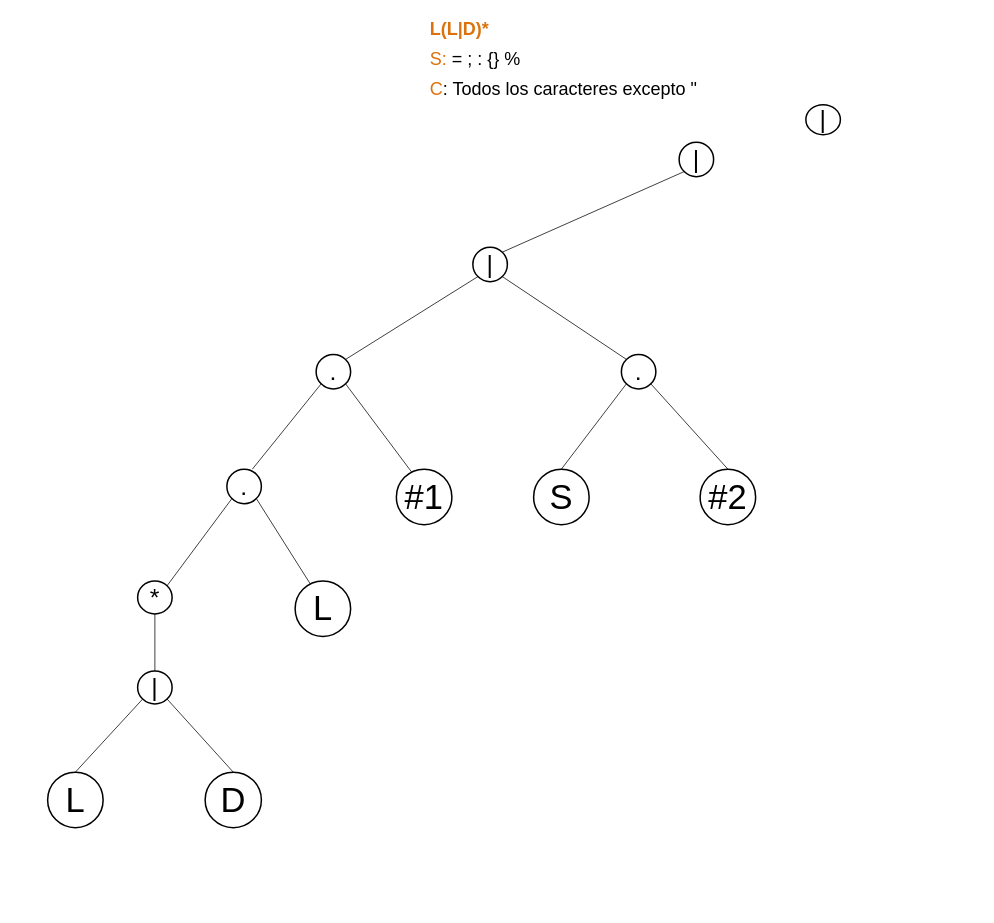
Farot3/-LFP-2S24Proyectos_202307820 keeps this draw.io diagram as Proyecto1/Documentación/Manual Tecnico/Diagrama sin título.drawio. Above is the earlier version. Source tidied: cells renumbered, new cells numbered last; positions are measured from the earlier drawing's top-left corner, leaving out a move shared by most shapes. Both pictures are drawn from the tidied source at 75%, with x=0, y=0 at pixel (47, 14).
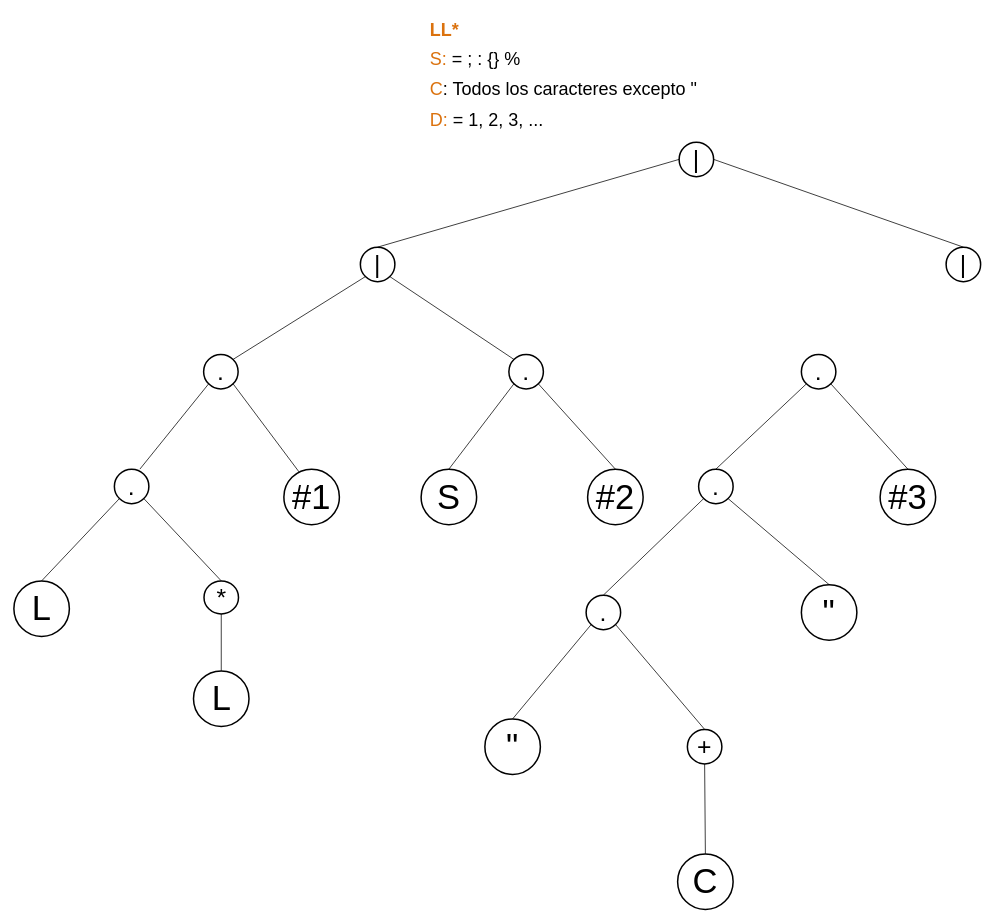
The same page after the edit.

The change refers to these unchanged cells:
```xml
<mxCell id="5" value="|" style="strokeWidth=2;html=1;shape=mxgraph.flowchart.start_2;whiteSpace=wrap;direction=south;fontSize=33;" parent="1" vertex="1">
  <mxGeometry x="842" y="170" width="46" height="46" as="geometry" />
</mxCell>
```

The edit, as a diff of the source:
```diff
@@
-    <mxCell id="2" value="&lt;b&gt;&lt;font class=&quot;default_cursor_cs&quot; style=&quot;font-size: 24px;&quot;&gt;L(L|D)*&lt;/font&gt;&lt;/b&gt;" style="text;html=1;align=left;verticalAlign=middle;fontColor=#DB720E;" parent="1" vertex="1">
-      <mxGeometry x="508" width="100" height="40" as="geometry" />
+    <mxCell id="2" value="&lt;b&gt;&lt;font class=&quot;default_cursor_cs&quot; style=&quot;font-size: 24px;&quot;&gt;LL*&lt;/font&gt;&lt;/b&gt;" style="text;html=1;align=left;verticalAlign=middle;fontColor=#DB720E;" parent="1" vertex="1">
+      <mxGeometry x="508" y="-2" width="75" height="45" as="geometry" />
     </mxCell>
@@
-    <mxCell id="6" value="|" style="strokeWidth=2;html=1;shape=mxgraph.flowchart.start_2;whiteSpace=wrap;direction=south;fontSize=33;" parent="1" vertex="1">
-      <mxGeometry x="1011" y="120" width="46" height="40" as="geometry" />
-    </mxCell>
     <mxCell id="7" value="|" style="strokeWidth=2;html=1;shape=mxgraph.flowchart.start_2;whiteSpace=wrap;direction=south;fontSize=33;" parent="1" vertex="1">
-      <mxGeometry x="567" y="310" width="46" height="46" as="geometry" />
+      <mxGeometry x="417" y="310" width="46" height="46" as="geometry" />
     </mxCell>
-    <mxCell id="8" style="endArrow=none;html=1;rounded=0;exitX=0.145;exitY=0.145;exitDx=0;exitDy=0;exitPerimeter=0;entryX=0.855;entryY=0.855;entryDx=0;entryDy=0;entryPerimeter=0;" parent="1" edge="1" source="7" target="5">
+    <mxCell id="8" style="endArrow=none;html=1;rounded=0;exitX=0;exitY=0.5;exitDx=0;exitDy=0;exitPerimeter=0;entryX=0.5;entryY=1;entryDx=0;entryDy=0;entryPerimeter=0;" parent="1" edge="1" source="7" target="5">
       <mxGeometry relative="1" as="geometry" />
     </mxCell>
     <mxCell id="9" value="." style="strokeWidth=2;html=1;shape=mxgraph.flowchart.start_2;whiteSpace=wrap;direction=south;fontSize=33;" parent="1" vertex="1">
-      <mxGeometry x="358" y="453" width="46" height="46" as="geometry" />
+      <mxGeometry x="208" y="453" width="46" height="46" as="geometry" />
     </mxCell>
@@
     <mxCell id="11" style="endArrow=none;html=1;rounded=0;entryX=0.855;entryY=0.855;entryDx=0;entryDy=0;entryPerimeter=0;" parent="1" edge="1" target="9">
       <mxGeometry relative="1" as="geometry">
-        <mxPoint x="273" y="606" as="sourcePoint" />
+        <mxPoint x="123" y="606" as="sourcePoint" />
       </mxGeometry>
     </mxCell>
     <mxCell id="12" style="endArrow=none;html=1;rounded=0;entryX=0.855;entryY=0.145;entryDx=0;entryDy=0;entryPerimeter=0;exitX=0.145;exitY=0.855;exitDx=0;exitDy=0;exitPerimeter=0;" parent="1" edge="1" target="9">
       <mxGeometry relative="1" as="geometry">
-        <mxPoint x="486.7" y="611.7" as="sourcePoint" />
+        <mxPoint x="336.7" y="611.7" as="sourcePoint" />
       </mxGeometry>
     </mxCell>
     <mxCell id="13" value="." style="strokeWidth=2;html=1;shape=mxgraph.flowchart.start_2;whiteSpace=wrap;direction=south;fontSize=33;" parent="1" vertex="1">
-      <mxGeometry x="239" y="606" width="46" height="46" as="geometry" />
+      <mxGeometry x="89" y="606" width="46" height="46" as="geometry" />
     </mxCell>
-    <mxCell id="14" style="endArrow=none;html=1;rounded=0;exitX=0.145;exitY=0.145;exitDx=0;exitDy=0;exitPerimeter=0;entryX=0.855;entryY=0.855;entryDx=0;entryDy=0;entryPerimeter=0;" parent="1" edge="1" target="13">
-      <mxGeometry relative="1" as="geometry">
-        <mxPoint x="159.3" y="761.4" as="sourcePoint" />
-      </mxGeometry>
-    </mxCell>
-    <mxCell id="15" style="endArrow=none;html=1;rounded=0;entryX=0.855;entryY=0.145;entryDx=0;entryDy=0;entryPerimeter=0;exitX=0.145;exitY=0.855;exitDx=0;exitDy=0;exitPerimeter=0;" parent="1" edge="1" target="13">
-      <mxGeometry relative="1" as="geometry">
-        <mxPoint x="351.7" y="761.4" as="sourcePoint" />
-      </mxGeometry>
-    </mxCell>
     <mxCell id="16" value="*" style="strokeWidth=2;html=1;shape=mxgraph.flowchart.start_2;whiteSpace=wrap;direction=south;fontSize=33;" parent="1" vertex="1">
-      <mxGeometry x="120" y="755" width="46" height="44" as="geometry" />
+      <mxGeometry x="208.5" y="755" width="46" height="44" as="geometry" />
     </mxCell>
-    <mxCell id="17" value="|" style="strokeWidth=2;html=1;shape=mxgraph.flowchart.start_2;whiteSpace=wrap;direction=south;fontSize=33;" parent="1" vertex="1">
-      <mxGeometry x="120" y="875" width="46" height="44" as="geometry" />
-    </mxCell>
-    <mxCell id="18" value="&lt;font class=&quot;default_cursor_cs&quot; style=&quot;font-size: 46px;&quot;&gt;D&lt;/font&gt;" style="strokeWidth=2;html=1;shape=mxgraph.flowchart.start_2;whiteSpace=wrap;direction=south;fontSize=33;" parent="1" vertex="1">
-      <mxGeometry x="210" y="1010" width="75" height="74" as="geometry" />
-    </mxCell>
     <mxCell id="19" value="L" style="strokeWidth=2;html=1;shape=mxgraph.flowchart.start_2;whiteSpace=wrap;direction=south;fontSize=46;" parent="1" vertex="1">
-      <mxGeometry y="1010" width="74" height="74" as="geometry" />
+      <mxGeometry x="194.5" y="875" width="74" height="74" as="geometry" />
     </mxCell>
-    <mxCell id="20" style="endArrow=none;html=1;rounded=0;entryX=0.855;entryY=0.855;entryDx=0;entryDy=0;entryPerimeter=0;exitX=0;exitY=0.5;exitDx=0;exitDy=0;exitPerimeter=0;" parent="1" edge="1" source="19" target="17">
-      <mxGeometry relative="1" as="geometry" />
-    </mxCell>
-    <mxCell id="21" style="endArrow=none;html=1;rounded=0;entryX=0.855;entryY=0.145;entryDx=0;entryDy=0;entryPerimeter=0;exitX=0;exitY=0.5;exitDx=0;exitDy=0;exitPerimeter=0;" parent="1" edge="1" source="18" target="17">
-      <mxGeometry relative="1" as="geometry" />
-    </mxCell>
-    <mxCell id="22" style="endArrow=none;html=1;rounded=0;exitX=0;exitY=0.5;exitDx=0;exitDy=0;exitPerimeter=0;entryX=1;entryY=0.5;entryDx=0;entryDy=0;entryPerimeter=0;" parent="1" edge="1" source="17" target="16">
-      <mxGeometry relative="1" as="geometry" />
+    <mxCell id="22" style="endArrow=none;html=1;rounded=0;exitX=0;exitY=0.5;exitDx=0;exitDy=0;exitPerimeter=0;entryX=1;entryY=0.5;entryDx=0;entryDy=0;entryPerimeter=0;" parent="1" edge="1" target="16">
+      <mxGeometry relative="1" as="geometry">
+        <mxPoint x="231.5" y="875" as="sourcePoint" />
+      </mxGeometry>
     </mxCell>
     <mxCell id="23" value="." style="strokeWidth=2;html=1;shape=mxgraph.flowchart.start_2;whiteSpace=wrap;direction=south;fontSize=33;" parent="1" vertex="1">
-      <mxGeometry x="765" y="453" width="46" height="46" as="geometry" />
+      <mxGeometry x="615" y="453" width="46" height="46" as="geometry" />
     </mxCell>
-    <mxCell id="24" value="L" style="strokeWidth=2;html=1;shape=mxgraph.flowchart.start_2;whiteSpace=wrap;direction=south;fontSize=46;" parent="1" vertex="1">
-      <mxGeometry x="330" y="755" width="74" height="74" as="geometry" />
-    </mxCell>
     <mxCell id="25" value="#1" style="strokeWidth=2;html=1;shape=mxgraph.flowchart.start_2;whiteSpace=wrap;direction=south;fontSize=46;" parent="1" vertex="1">
-      <mxGeometry x="465" y="606" width="74" height="74" as="geometry" />
+      <mxGeometry x="315" y="606" width="74" height="74" as="geometry" />
     </mxCell>
     <mxCell id="26" value="S" style="strokeWidth=2;html=1;shape=mxgraph.flowchart.start_2;whiteSpace=wrap;direction=south;fontSize=46;" parent="1" vertex="1">
-      <mxGeometry x="648" y="606" width="74" height="74" as="geometry" />
+      <mxGeometry x="498" y="606" width="74" height="74" as="geometry" />
     </mxCell>
     <mxCell id="27" value="#2" style="strokeWidth=2;html=1;shape=mxgraph.flowchart.start_2;whiteSpace=wrap;direction=south;fontSize=46;" parent="1" vertex="1">
-      <mxGeometry x="870" y="606" width="74" height="74" as="geometry" />
+      <mxGeometry x="720" y="606" width="74" height="74" as="geometry" />
     </mxCell>
@@
+    <mxCell id="24" value="L" style="strokeWidth=2;html=1;shape=mxgraph.flowchart.start_2;whiteSpace=wrap;direction=south;fontSize=46;" parent="1" vertex="1">
+      <mxGeometry x="-45" y="755" width="74" height="74" as="geometry" />
+    </mxCell>
+    <mxCell id="31" style="endArrow=none;html=1;rounded=0;exitX=0;exitY=0.5;exitDx=0;exitDy=0;exitPerimeter=0;entryX=0.855;entryY=0.855;entryDx=0;entryDy=0;entryPerimeter=0;" parent="1" edge="1" source="24" target="13">
+      <mxGeometry relative="1" as="geometry" />
+    </mxCell>
+    <mxCell id="32" style="endArrow=none;html=1;rounded=0;entryX=0.855;entryY=0.145;entryDx=0;entryDy=0;entryPerimeter=0;exitX=0;exitY=0.5;exitDx=0;exitDy=0;exitPerimeter=0;" parent="1" edge="1" source="16" target="13">
+      <mxGeometry relative="1" as="geometry" />
+    </mxCell>
+    <mxCell id="33" value="." style="strokeWidth=2;html=1;shape=mxgraph.flowchart.start_2;whiteSpace=wrap;direction=south;fontSize=33;" parent="1" vertex="1">
+      <mxGeometry x="1005" y="453" width="46" height="46" as="geometry" />
+    </mxCell>
+    <mxCell id="34" value="#3" style="strokeWidth=2;html=1;shape=mxgraph.flowchart.start_2;whiteSpace=wrap;direction=south;fontSize=46;" parent="1" vertex="1">
+      <mxGeometry x="1110" y="606" width="74" height="74" as="geometry" />
+    </mxCell>
+    <mxCell id="35" value="." style="strokeWidth=2;html=1;shape=mxgraph.flowchart.start_2;whiteSpace=wrap;direction=south;fontSize=33;" parent="1" vertex="1">
+      <mxGeometry x="868" y="606" width="46" height="46" as="geometry" />
+    </mxCell>
+    <mxCell id="36" style="endArrow=none;html=1;rounded=0;exitX=0;exitY=0.5;exitDx=0;exitDy=0;exitPerimeter=0;entryX=0.855;entryY=0.855;entryDx=0;entryDy=0;entryPerimeter=0;" parent="1" edge="1" source="35" target="33">
+      <mxGeometry relative="1" as="geometry" />
+    </mxCell>
+    <mxCell id="37" style="endArrow=none;html=1;rounded=0;entryX=0.855;entryY=0.145;entryDx=0;entryDy=0;entryPerimeter=0;exitX=0;exitY=0.5;exitDx=0;exitDy=0;exitPerimeter=0;" parent="1" edge="1" source="34" target="33">
+      <mxGeometry relative="1" as="geometry" />
+    </mxCell>
+    <mxCell id="38" value="&quot;" style="strokeWidth=2;html=1;shape=mxgraph.flowchart.start_2;whiteSpace=wrap;direction=south;fontSize=46;" parent="1" vertex="1">
+      <mxGeometry x="1005" y="760" width="74" height="74" as="geometry" />
+    </mxCell>
+    <mxCell id="39" value="." style="strokeWidth=2;html=1;shape=mxgraph.flowchart.start_2;whiteSpace=wrap;direction=south;fontSize=33;" parent="1" vertex="1">
+      <mxGeometry x="718" y="774" width="46" height="46" as="geometry" />
+    </mxCell>
+    <mxCell id="40" style="endArrow=none;html=1;rounded=0;entryX=0.855;entryY=0.855;entryDx=0;entryDy=0;entryPerimeter=0;exitX=0;exitY=0.5;exitDx=0;exitDy=0;exitPerimeter=0;" parent="1" edge="1" source="39" target="35">
+      <mxGeometry relative="1" as="geometry" />
+    </mxCell>
+    <mxCell id="41" style="endArrow=none;html=1;rounded=0;entryX=0;entryY=0.5;entryDx=0;entryDy=0;entryPerimeter=0;exitX=0.855;exitY=0.145;exitDx=0;exitDy=0;exitPerimeter=0;" parent="1" edge="1" source="35" target="38">
+      <mxGeometry relative="1" as="geometry" />
+    </mxCell>
+    <mxCell id="42" value="+" style="strokeWidth=2;html=1;shape=mxgraph.flowchart.start_2;whiteSpace=wrap;direction=south;fontSize=33;" parent="1" vertex="1">
+      <mxGeometry x="853" y="953" width="46" height="46" as="geometry" />
+    </mxCell>
+    <mxCell id="43" value="&quot;" style="strokeWidth=2;html=1;shape=mxgraph.flowchart.start_2;whiteSpace=wrap;direction=south;fontSize=46;" parent="1" vertex="1">
+      <mxGeometry x="583" y="939" width="74" height="74" as="geometry" />
+    </mxCell>
+    <mxCell id="44" value="C" style="strokeWidth=2;html=1;shape=mxgraph.flowchart.start_2;whiteSpace=wrap;direction=south;fontSize=46;" parent="1" vertex="1">
+      <mxGeometry x="840" y="1119" width="74" height="74" as="geometry" />
+    </mxCell>
+    <mxCell id="45" style="endArrow=none;html=1;rounded=0;entryX=0.855;entryY=0.855;entryDx=0;entryDy=0;entryPerimeter=0;exitX=0;exitY=0.5;exitDx=0;exitDy=0;exitPerimeter=0;" parent="1" edge="1" source="43" target="39">
+      <mxGeometry relative="1" as="geometry" />
+    </mxCell>
+    <mxCell id="46" style="endArrow=none;html=1;rounded=0;entryX=0.855;entryY=0.145;entryDx=0;entryDy=0;entryPerimeter=0;exitX=0;exitY=0.5;exitDx=0;exitDy=0;exitPerimeter=0;" parent="1" edge="1" source="42" target="39">
+      <mxGeometry relative="1" as="geometry" />
+    </mxCell>
+    <mxCell id="47" style="endArrow=none;html=1;rounded=0;exitX=0;exitY=0.5;exitDx=0;exitDy=0;exitPerimeter=0;entryX=1;entryY=0.5;entryDx=0;entryDy=0;entryPerimeter=0;" parent="1" edge="1" source="44" target="42">
+      <mxGeometry relative="1" as="geometry" />
+    </mxCell>
+    <mxCell id="48" value="&lt;font class=&quot;default_cursor_cs&quot; color=&quot;#db720e&quot;&gt;D:&amp;nbsp;&lt;/font&gt;= 1, 2, 3, ..." style="text;html=1;align=left;verticalAlign=middle;strokeColor=none;fillColor=none;fontSize=24;" parent="1" vertex="1">
+      <mxGeometry x="508" y="118" width="180" height="45" as="geometry" />
+    </mxCell>
+    <mxCell id="49" value="|" style="strokeWidth=2;html=1;shape=mxgraph.flowchart.start_2;whiteSpace=wrap;direction=south;fontSize=33;" parent="1" vertex="1">
+      <mxGeometry x="1198" y="310" width="46" height="46" as="geometry" />
+    </mxCell>
+    <mxCell id="50" style="endArrow=none;html=1;rounded=0;entryX=0.5;entryY=0;entryDx=0;entryDy=0;entryPerimeter=0;exitX=0;exitY=0.5;exitDx=0;exitDy=0;exitPerimeter=0;" parent="1" edge="1" source="49" target="5">
+      <mxGeometry relative="1" as="geometry" />
+    </mxCell>
```
